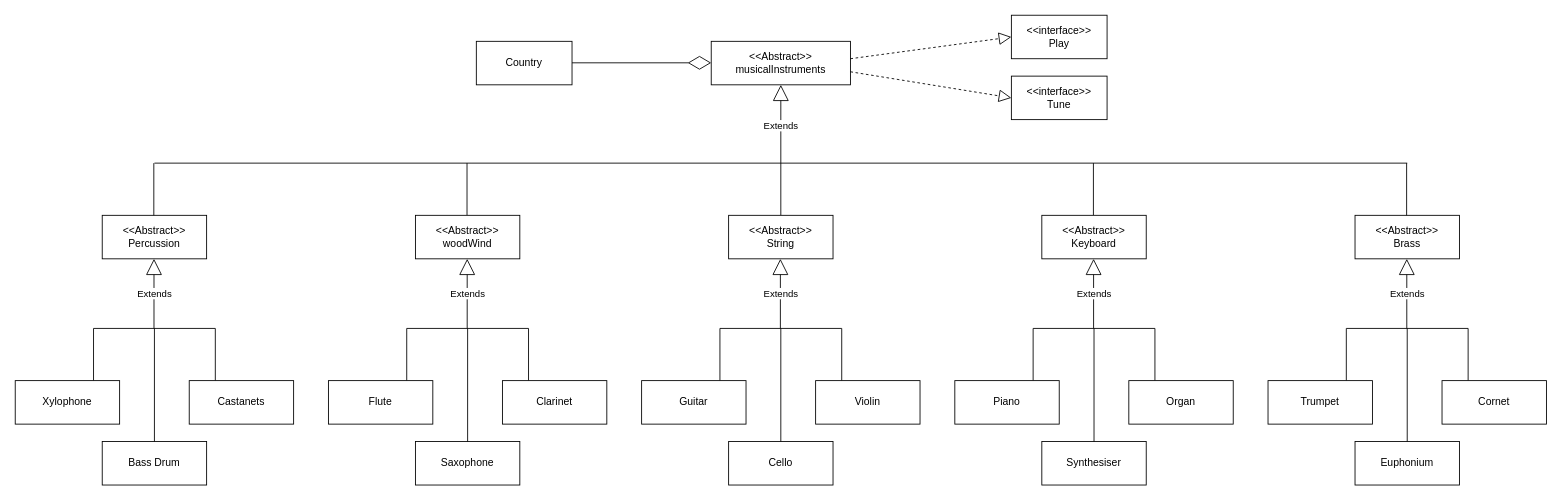
Above: page "Page-1" (1 of 2) of Untitled Diagram.drawio in red-asteriscus/OOD-project-1 (draw.io), before the change. Source tidied: cells renumbered, new cells numbered last; positions are measured from the earlier drawing's top-left corner, leaving out a move shared by most shapes. Both pictures are drawn from the tidied source at 87%, with x=0, y=0 at pixel (15, 15).
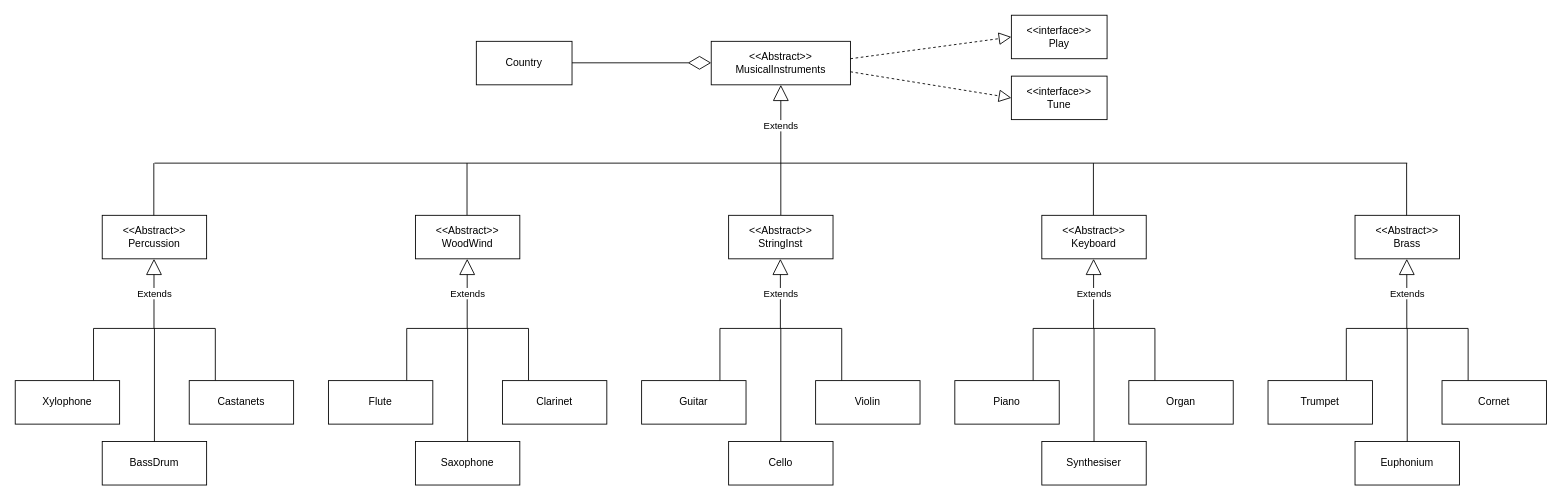
The same page after the edit.

The edit, as a diff of the source:
```diff
@@
-    <mxCell id="2" value="&amp;lt;&amp;lt;Abstract&amp;gt;&amp;gt;&lt;br&gt;musicalInstruments" style="html=1;whiteSpace=wrap;" parent="1" vertex="1">
+    <mxCell id="2" value="&amp;lt;&amp;lt;Abstract&amp;gt;&amp;gt;&lt;br&gt;MusicalInstruments" style="html=1;whiteSpace=wrap;" parent="1" vertex="1">
       <mxGeometry x="800" y="30" width="160" height="50" as="geometry" />
     </mxCell>
@@
-    <mxCell id="7" value="&amp;lt;&amp;lt;Abstract&amp;gt;&amp;gt;&lt;br&gt;String" style="html=1;whiteSpace=wrap;" parent="1" vertex="1">
+    <mxCell id="7" value="&amp;lt;&amp;lt;Abstract&amp;gt;&amp;gt;&lt;br&gt;StringInst" style="html=1;whiteSpace=wrap;" parent="1" vertex="1">
       <mxGeometry x="820" y="230" width="120" height="50" as="geometry" />
     </mxCell>
@@
-    <mxCell id="10" value="&amp;lt;&amp;lt;Abstract&amp;gt;&amp;gt;&lt;br&gt;woodWind" style="html=1;whiteSpace=wrap;" parent="1" vertex="1">
+    <mxCell id="10" value="&amp;lt;&amp;lt;Abstract&amp;gt;&amp;gt;&lt;br&gt;WoodWind" style="html=1;whiteSpace=wrap;" parent="1" vertex="1">
       <mxGeometry x="460" y="230" width="120" height="50" as="geometry" />
     </mxCell>
@@
-    <mxCell id="33" value="Bass Drum" style="html=1;whiteSpace=wrap;" parent="1" vertex="1">
+    <mxCell id="33" value="BassDrum" style="html=1;whiteSpace=wrap;" parent="1" vertex="1">
       <mxGeometry x="100" y="490" width="120" height="50" as="geometry" />
     </mxCell>
```
